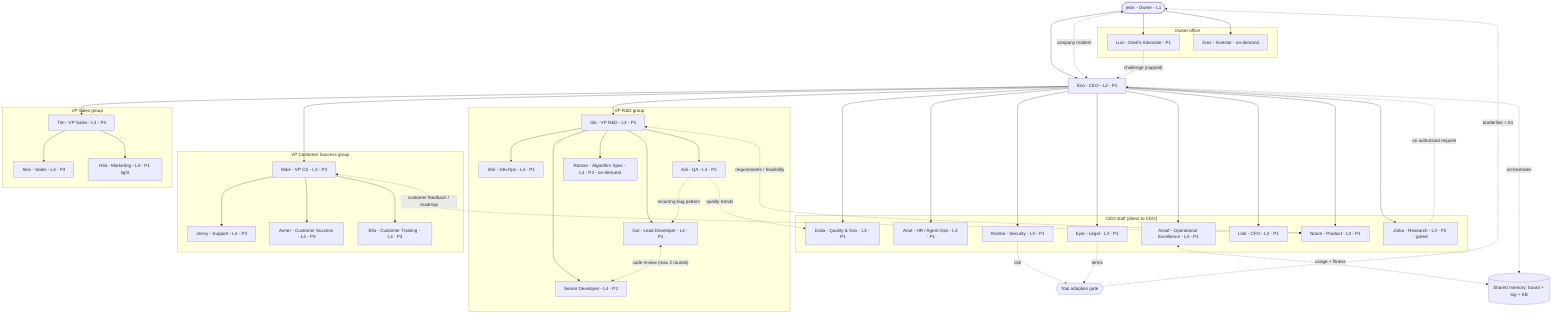
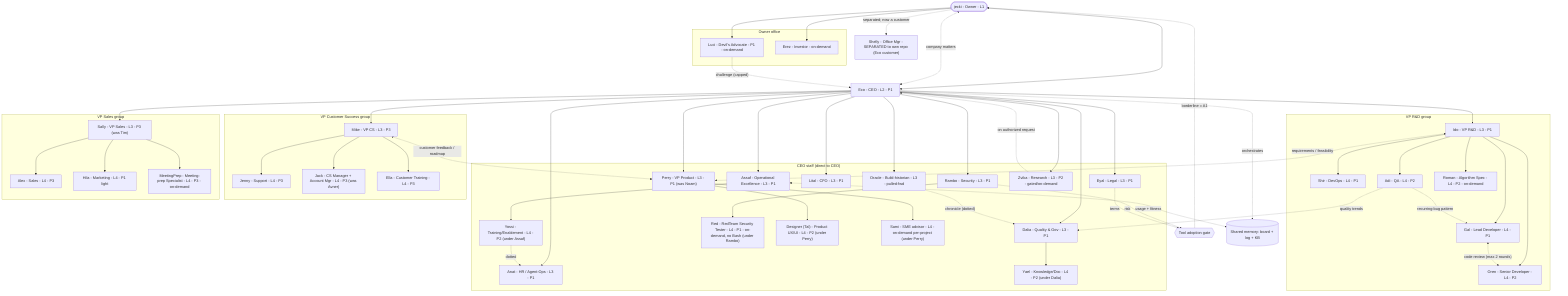
flowchart TD
    %% Solid = reporting. Dashed = communication (arrowheads show direction).
-     %% Cross-group comms only via the two VPs. CEO may reach anyone but defaults to chain of command.
-     %% Sami (SME) is on-demand per project, advisory; not drawn as a fixed node.
+     %% Cross-group comms only via the VPs. CEO may reach anyone but defaults to chain of command.
+     %% Maintained by Anat (HR/Agent-Ops): update after EACH agent add/retire/rename/re-scope A1.
+     %% Last updated 2026-06-28 (owner A1): Noam->Perry, Tim->Sally, Avner->Jack, Senior Dev->Oren;
+     %% added Oracle, Yael, Yossi, Red (RedTeam), Designer, Sami, MeetingPrep. Shelly = separated (customer).

    OWNER(["jecki - Owner - L1"])
    ECO["Eco - CEO - L2 - P1"]
+     SHELLY_X["Shelly - Office Mgr - SEPARATED to own repo (Eco customer)"]

    subgraph OFFICE["Owner office"]
-       LUCI["Luci - Devil's Advocate - P1"]
+       LUCI["Luci - Devil's Advocate - P1 - on-demand"]
      EREZ["Erez - Investor - on-demand"]
    end

    subgraph STAFF["CEO staff (direct to CEO)"]
      DALIA["Dalia - Quality & Gov - L3 - P1"]
      ANAT["Anat - HR / Agent-Ops - L3 - P1"]
      ASSAF["Assaf - Operational Excellence - L3 - P1"]
      RAMBO["Rambo - Security - L3 - P1"]
      EYAL["Eyal - Legal - L3 - P1"]
      LITAL["Lital - CFO - L3 - P1"]
-       NOAM["Noam - Product - L3 - P1"]
-       ZVIKA["Zvika - Research - L3 - P2 - gated"]
+       PERRY["Perry - VP Product - L3 - P1 (was Noam)"]
+       ORACLE["Oracle - Build-historian - L3 - pulled-fwd"]
+       ZVIKA["Zvika - Research - L3 - P2 - gated/on-demand"]
+       YAEL["Yael - Knowledge/Doc - L4 - P2 (under Dalia)"]
+       YOSSI["Yossi - Training/Enablement - L4 - P2 (under Assaf)"]
+       RED["Red - RedTeam Security Tester - L4 - P1 - on-demand, no Bash (under Rambo)"]
+       DESIGNER["Designer (Tal) - Product UX/UI - L4 - P2 (under Perry)"]
+       SAMI["Sami - SME advisor - L4 - on-demand per-project (under Perry)"]
    end

    subgraph RND["VP R&D group"]
      IDO["Ido - VP R&D - L3 - P1"]
      GAL["Gal - Lead Developer - L4 - P1"]
      SHIR["Shir - DevOps - L4 - P1"]
      ADI["Adi - QA - L4 - P2"]
-       SENIOR["Senior Developer - L4 - P2"]
+       OREN["Oren - Senior Developer - L4 - P2"]
      ROMAN["Roman - Algorithm Spec - L4 - P2 - on-demand"]
    end

    subgraph CSG["VP Customer Success group"]
      MIKE["Mike - VP CS - L3 - P3"]
      JENNY["Jenny - Support - L4 - P3"]
-       AVNER["Avner - Customer Success - L4 - P3"]
+       JACK["Jack - CS Manager + Account Mgr - L4 - P3 (was Avner)"]
      ELLA["Ella - Customer Training - L4 - P3"]
    end

    subgraph SALESG["VP Sales group"]
-       TIM["Tim - VP Sales - L3 - P3"]
+       SALLY["Sally - VP Sales - L3 - P3 (was Tim)"]
      ALEX["Alex - Sales - L4 - P3"]
      HILA["Hila - Marketing - L4 - P1 light"]
+       MEETINGPREP["MeetingPrep - Meeting-prep Specialist - L4 - P3 - on-demand"]
    end

    GATE{{"Tool adoption gate"}}
    HUB[("Shared memory: board + log + KB")]

    OWNER --> ECO
    OWNER --> LUCI
    OWNER --> EREZ
+     OWNER -.->|"separated; now a customer"| SHELLY_X
    ECO --> DALIA
    ECO --> ANAT
    ECO --> ASSAF
    ECO --> RAMBO
    ECO --> EYAL
    ECO --> LITAL
-     ECO --> NOAM
+     ECO --> PERRY
+     ECO --> ORACLE
    ECO --> ZVIKA
    ECO --> IDO
    ECO --> MIKE
-     ECO --> TIM
+     ECO --> SALLY
+     DALIA --> YAEL
+     ASSAF --> YOSSI
+     RAMBO --> RED
+     PERRY --> DESIGNER
+     PERRY --> SAMI
    IDO --> GAL
    IDO --> SHIR
    IDO --> ADI
-     IDO --> SENIOR
+     IDO --> OREN
    IDO --> ROMAN
    MIKE --> JENNY
-     MIKE --> AVNER
+     MIKE --> JACK
    MIKE --> ELLA
-     TIM --> ALEX
-     TIM --> HILA
+     SALLY --> ALEX
+     SALLY --> HILA
+     SALLY --> MEETINGPREP

    OWNER <-.->|"company matters"| ECO
    LUCI -.->|"challenge (capped)"| ECO
-     IDO <-.->|"requirements / feasibility"| NOAM
-     MIKE <-.->|"customer feedback / roadmap"| NOAM
-     GAL <-.->|"code review (max 2 rounds)"| SENIOR
+     IDO <-.->|"requirements / feasibility"| PERRY
+     MIKE <-.->|"customer feedback / roadmap"| PERRY
+     GAL <-.->|"code review (max 2 rounds)"| OREN
    ADI -.->|"recurring-bug pattern"| GAL
    ADI -.->|"quality trends"| DALIA
+     ORACLE -.->|"chronicle (dotted)"| DALIA
+     YOSSI -.->|"dotted"| ANAT
    RAMBO -.->|"risk"| GATE
    EYAL -.->|"terms"| GATE
    GATE -.->|"borderline = A1"| OWNER
    ASSAF <-.->|"usage + fitness"| HUB
    ECO -.->|"orchestrates"| HUB
    ZVIKA -.->|"on authorized request"| ECO
